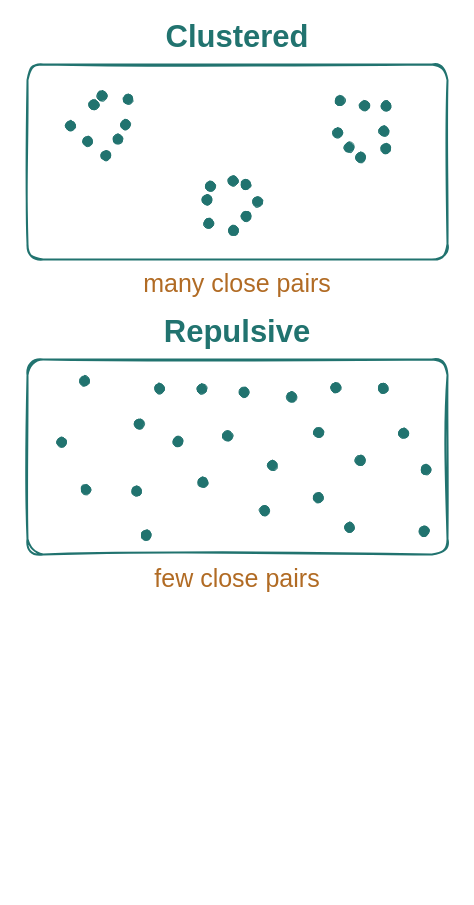
The draw.io diagram assets/point_process_patterns.drawio in MathisRost/agentic-ai-math, before the edit. Source tidied: cells renumbered, new cells numbered last; positions are measured from the earlier drawing's top-left corner, leaving out a move shared by most shapes. Both pictures are drawn from the tidied source at 100%, with x=0, y=0 at pixel (17, 17).
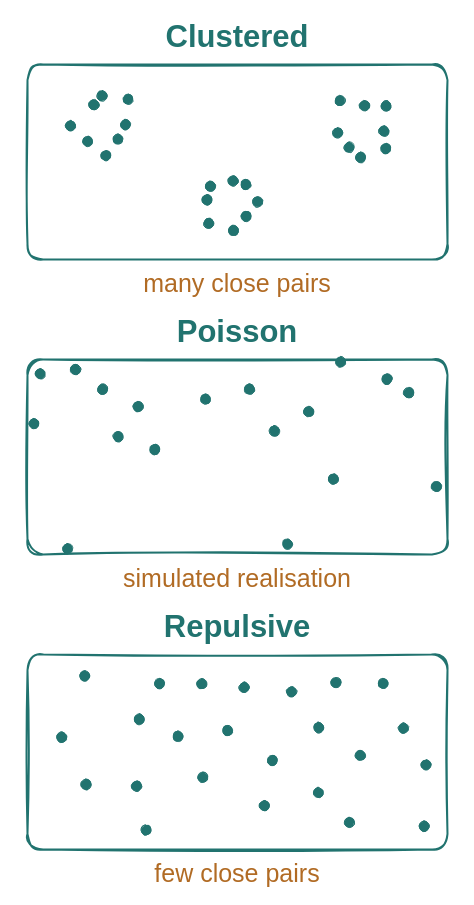
After the change.

Commit message (it also covers changes not shown here):
Add simulated Poisson pattern between clustered and repulsive examples

Change to the diagram source:
```diff
@@
-    <mxCell id="29" value="Repulsive" style="text;html=0;whiteSpace=wrap;align=center;verticalAlign=middle;fontFamily=Kalam;fontSize=31;fontStyle=1;fontColor=#21736F;strokeColor=none;fillColor=none;" parent="1" vertex="1">
+    <mxCell id="29" value="Poisson" style="text;html=0;whiteSpace=wrap;align=center;verticalAlign=middle;fontFamily=Kalam;fontSize=31;fontStyle=1;fontColor=#21736F;strokeColor=none;fillColor=none;" parent="1" vertex="1">
       <mxGeometry y="295" width="440" height="38" as="geometry" />
     </mxCell>
@@
-    <mxCell id="31" value="few close pairs" style="text;html=0;whiteSpace=wrap;align=center;verticalAlign=middle;fontFamily=Kalam;fontSize=25;fontStyle=0;fontColor=#B16B24;strokeColor=none;fillColor=none;" parent="1" vertex="1">
+    <mxCell id="31" value="simulated realisation" style="text;html=0;whiteSpace=wrap;align=center;verticalAlign=middle;fontFamily=Kalam;fontSize=25;fontStyle=0;fontColor=#B16B24;strokeColor=none;fillColor=none;" parent="1" vertex="1">
       <mxGeometry x="10" y="544" width="420" height="32" as="geometry" />
     </mxCell>
     <mxCell id="32" style="ellipse;fillStyle=solid;fillColor=#21736F;strokeColor=#21736F;strokeWidth=1;sketch=1;jiggle=0.4;" parent="1" vertex="1">
-      <mxGeometry x="155.4" y="419.1" width="10" height="10" as="geometry" />
+      <mxGeometry x="80.1" y="366.8" width="10" height="10" as="geometry" />
     </mxCell>
     <mxCell id="33" style="ellipse;fillStyle=solid;fillColor=#21736F;strokeColor=#21736F;strokeWidth=1;sketch=1;jiggle=0.4;" parent="1" vertex="1">
-      <mxGeometry x="296.3" y="410.1" width="10" height="10" as="geometry" />
+      <mxGeometry x="414.1" y="464.1" width="10" height="10" as="geometry" />
     </mxCell>
     <mxCell id="34" style="ellipse;fillStyle=solid;fillColor=#21736F;strokeColor=#21736F;strokeWidth=1;sketch=1;jiggle=0.4;" parent="1" vertex="1">
-      <mxGeometry x="205.1" y="413.2" width="10" height="10" as="geometry" />
+      <mxGeometry x="53" y="346.8" width="10" height="10" as="geometry" />
     </mxCell>
     <mxCell id="35" style="ellipse;fillStyle=solid;fillColor=#21736F;strokeColor=#21736F;strokeWidth=1;sketch=1;jiggle=0.4;" parent="1" vertex="1">
-      <mxGeometry x="337.8" y="437.9" width="10" height="10" as="geometry" />
+      <mxGeometry x="386.3" y="370.2" width="10" height="10" as="geometry" />
     </mxCell>
     <mxCell id="36" style="ellipse;fillStyle=solid;fillColor=#21736F;strokeColor=#21736F;strokeWidth=1;sketch=1;jiggle=0.4;" parent="1" vertex="1">
-      <mxGeometry x="62.2" y="358.5" width="10" height="10" as="geometry" />
+      <mxGeometry x="318.3" y="339.5" width="10" height="10" as="geometry" />
     </mxCell>
     <mxCell id="37" style="ellipse;fillStyle=solid;fillColor=#21736F;strokeColor=#21736F;strokeWidth=1;sketch=1;jiggle=0.4;" parent="1" vertex="1">
-      <mxGeometry x="269.1" y="374.4" width="10" height="10" as="geometry" />
+      <mxGeometry x="251.9" y="408.4" width="10" height="10" as="geometry" />
     </mxCell>
     <mxCell id="38" style="ellipse;fillStyle=solid;fillColor=#21736F;strokeColor=#21736F;strokeWidth=1;sketch=1;jiggle=0.4;" parent="1" vertex="1">
-      <mxGeometry x="180.4" y="459.8" width="10" height="10" as="geometry" />
+      <mxGeometry x="227" y="366.7" width="10" height="10" as="geometry" />
     </mxCell>
     <mxCell id="39" style="ellipse;fillStyle=solid;fillColor=#21736F;strokeColor=#21736F;strokeWidth=1;sketch=1;jiggle=0.4;" parent="1" vertex="1">
-      <mxGeometry x="123.7" y="512.6" width="10" height="10" as="geometry" />
+      <mxGeometry x="132.3" y="426.9" width="10" height="10" as="geometry" />
     </mxCell>
     <mxCell id="40" style="ellipse;fillStyle=solid;fillColor=#21736F;strokeColor=#21736F;strokeWidth=1;sketch=1;jiggle=0.4;" parent="1" vertex="1">
-      <mxGeometry x="401.7" y="508.9" width="10" height="10" as="geometry" />
+      <mxGeometry x="364.6" y="356.7" width="10" height="10" as="geometry" />
     </mxCell>
     <mxCell id="41" style="ellipse;fillStyle=solid;fillColor=#21736F;strokeColor=#21736F;strokeWidth=1;sketch=1;jiggle=0.4;" parent="1" vertex="1">
-      <mxGeometry x="241.9" y="488.3" width="10" height="10" as="geometry" />
+      <mxGeometry x="95.5" y="414.3" width="10" height="10" as="geometry" />
     </mxCell>
     <mxCell id="42" style="ellipse;fillStyle=solid;fillColor=#21736F;strokeColor=#21736F;strokeWidth=1;sketch=1;jiggle=0.4;" parent="1" vertex="1">
-      <mxGeometry x="179.3" y="366.4" width="10" height="10" as="geometry" />
+      <mxGeometry x="45" y="526.2" width="10" height="10" as="geometry" />
     </mxCell>
     <mxCell id="43" style="ellipse;fillStyle=solid;fillColor=#21736F;strokeColor=#21736F;strokeWidth=1;sketch=1;jiggle=0.4;" parent="1" vertex="1">
-      <mxGeometry x="114.1" y="468.7" width="10" height="10" as="geometry" />
+      <mxGeometry x="183" y="376.7" width="10" height="10" as="geometry" />
     </mxCell>
     <mxCell id="44" style="ellipse;fillStyle=solid;fillColor=#21736F;strokeColor=#21736F;strokeWidth=1;sketch=1;jiggle=0.4;" parent="1" vertex="1">
-      <mxGeometry x="39.1" y="419.7" width="10" height="10" as="geometry" />
+      <mxGeometry x="11.4" y="401.1" width="10" height="10" as="geometry" />
     </mxCell>
     <mxCell id="45" style="ellipse;fillStyle=solid;fillColor=#21736F;strokeColor=#21736F;strokeWidth=1;sketch=1;jiggle=0.4;" parent="1" vertex="1">
-      <mxGeometry x="381" y="410.8" width="10" height="10" as="geometry" />
+      <mxGeometry x="286.1" y="389.1" width="10" height="10" as="geometry" />
     </mxCell>
     <mxCell id="46" style="ellipse;fillStyle=solid;fillColor=#21736F;strokeColor=#21736F;strokeWidth=1;sketch=1;jiggle=0.4;" parent="1" vertex="1">
-      <mxGeometry x="295.9" y="475.2" width="10" height="10" as="geometry" />
+      <mxGeometry x="311" y="456.6" width="10" height="10" as="geometry" />
     </mxCell>
     <mxCell id="47" style="ellipse;fillStyle=solid;fillColor=#21736F;strokeColor=#21736F;strokeWidth=1;sketch=1;jiggle=0.4;" parent="1" vertex="1">
-      <mxGeometry x="249.9" y="442.9" width="10" height="10" as="geometry" />
+      <mxGeometry x="17.7" y="351.3" width="10" height="10" as="geometry" />
     </mxCell>
     <mxCell id="48" style="ellipse;fillStyle=solid;fillColor=#21736F;strokeColor=#21736F;strokeWidth=1;sketch=1;jiggle=0.4;" parent="1" vertex="1">
-      <mxGeometry x="313.4" y="365.2" width="10" height="10" as="geometry" />
+      <mxGeometry x="115.7" y="384.1" width="10" height="10" as="geometry" />
     </mxCell>
     <mxCell id="49" style="ellipse;fillStyle=solid;fillColor=#21736F;strokeColor=#21736F;strokeWidth=1;sketch=1;jiggle=0.4;" parent="1" vertex="1">
-      <mxGeometry x="63.5" y="467.1" width="10" height="10" as="geometry" />
+      <mxGeometry x="265.1" y="521.6" width="10" height="10" as="geometry" />
     </mxCell>
-    <mxCell id="50" style="ellipse;fillStyle=solid;fillColor=#21736F;strokeColor=#21736F;strokeWidth=1;sketch=1;jiggle=0.4;" parent="1" vertex="1">
-      <mxGeometry x="116.7" y="401.7" width="10" height="10" as="geometry" />
+    <mxCell id="50" value="Repulsive" style="text;html=0;whiteSpace=wrap;align=center;verticalAlign=middle;fontFamily=Kalam;fontSize=31;fontStyle=1;fontColor=#21736F;strokeColor=none;fillColor=none;" parent="1" vertex="1">
+      <mxGeometry y="590" width="440" height="38" as="geometry" />
     </mxCell>
-    <mxCell id="51" style="ellipse;fillStyle=solid;fillColor=#21736F;strokeColor=#21736F;strokeWidth=1;sketch=1;jiggle=0.4;" parent="1" vertex="1">
-      <mxGeometry x="221.7" y="369.8" width="10" height="10" as="geometry" />
+    <mxCell id="51" style="rounded=1;arcSize=8;fillColor=#FFFFFF;strokeColor=#21736F;strokeWidth=2;sketch=1;comic=0;jiggle=1.2;" parent="1" vertex="1">
+      <mxGeometry x="10" y="637" width="420" height="195" as="geometry" />
     </mxCell>
-    <mxCell id="52" style="ellipse;fillStyle=solid;fillColor=#21736F;strokeColor=#21736F;strokeWidth=1;sketch=1;jiggle=0.4;" parent="1" vertex="1">
-      <mxGeometry x="327" y="504.9" width="10" height="10" as="geometry" />
+    <mxCell id="52" value="few close pairs" style="text;html=0;whiteSpace=wrap;align=center;verticalAlign=middle;fontFamily=Kalam;fontSize=25;fontStyle=0;fontColor=#B16B24;strokeColor=none;fillColor=none;" parent="1" vertex="1">
+      <mxGeometry x="10" y="839" width="420" height="32" as="geometry" />
     </mxCell>
     <mxCell id="53" style="ellipse;fillStyle=solid;fillColor=#21736F;strokeColor=#21736F;strokeWidth=1;sketch=1;jiggle=0.4;" parent="1" vertex="1">
-      <mxGeometry x="403.4" y="447.3" width="10" height="10" as="geometry" />
+      <mxGeometry x="155.4" y="714" width="10" height="10" as="geometry" />
     </mxCell>
     <mxCell id="54" style="ellipse;fillStyle=solid;fillColor=#21736F;strokeColor=#21736F;strokeWidth=1;sketch=1;jiggle=0.4;" parent="1" vertex="1">
-      <mxGeometry x="137.1" y="366.1" width="10" height="10" as="geometry" />
+      <mxGeometry x="296.3" y="705.1" width="10" height="10" as="geometry" />
     </mxCell>
     <mxCell id="55" style="ellipse;fillStyle=solid;fillColor=#21736F;strokeColor=#21736F;strokeWidth=1;sketch=1;jiggle=0.4;" parent="1" vertex="1">
-      <mxGeometry x="360.7" y="366" width="10" height="10" as="geometry" />
+      <mxGeometry x="205.1" y="708.2" width="10" height="10" as="geometry" />
     </mxCell>
+    <mxCell id="56" style="ellipse;fillStyle=solid;fillColor=#21736F;strokeColor=#21736F;strokeWidth=1;sketch=1;jiggle=0.4;" parent="1" vertex="1">
+      <mxGeometry x="337.8" y="732.9" width="10" height="10" as="geometry" />
+    </mxCell>
+    <mxCell id="57" style="ellipse;fillStyle=solid;fillColor=#21736F;strokeColor=#21736F;strokeWidth=1;sketch=1;jiggle=0.4;" parent="1" vertex="1">
+      <mxGeometry x="62.2" y="653.5" width="10" height="10" as="geometry" />
+    </mxCell>
+    <mxCell id="58" style="ellipse;fillStyle=solid;fillColor=#21736F;strokeColor=#21736F;strokeWidth=1;sketch=1;jiggle=0.4;" parent="1" vertex="1">
+      <mxGeometry x="269.1" y="669.4" width="10" height="10" as="geometry" />
+    </mxCell>
+    <mxCell id="59" style="ellipse;fillStyle=solid;fillColor=#21736F;strokeColor=#21736F;strokeWidth=1;sketch=1;jiggle=0.4;" parent="1" vertex="1">
+      <mxGeometry x="180.4" y="754.8" width="10" height="10" as="geometry" />
+    </mxCell>
+    <mxCell id="60" style="ellipse;fillStyle=solid;fillColor=#21736F;strokeColor=#21736F;strokeWidth=1;sketch=1;jiggle=0.4;" parent="1" vertex="1">
+      <mxGeometry x="123.7" y="807.6" width="10" height="10" as="geometry" />
+    </mxCell>
+    <mxCell id="61" style="ellipse;fillStyle=solid;fillColor=#21736F;strokeColor=#21736F;strokeWidth=1;sketch=1;jiggle=0.4;" parent="1" vertex="1">
+      <mxGeometry x="401.7" y="803.9" width="10" height="10" as="geometry" />
+    </mxCell>
+    <mxCell id="62" style="ellipse;fillStyle=solid;fillColor=#21736F;strokeColor=#21736F;strokeWidth=1;sketch=1;jiggle=0.4;" parent="1" vertex="1">
+      <mxGeometry x="241.9" y="783.3" width="10" height="10" as="geometry" />
+    </mxCell>
+    <mxCell id="63" style="ellipse;fillStyle=solid;fillColor=#21736F;strokeColor=#21736F;strokeWidth=1;sketch=1;jiggle=0.4;" parent="1" vertex="1">
+      <mxGeometry x="179.3" y="661.4" width="10" height="10" as="geometry" />
+    </mxCell>
+    <mxCell id="64" style="ellipse;fillStyle=solid;fillColor=#21736F;strokeColor=#21736F;strokeWidth=1;sketch=1;jiggle=0.4;" parent="1" vertex="1">
+      <mxGeometry x="114.1" y="763.7" width="10" height="10" as="geometry" />
+    </mxCell>
+    <mxCell id="65" style="ellipse;fillStyle=solid;fillColor=#21736F;strokeColor=#21736F;strokeWidth=1;sketch=1;jiggle=0.4;" parent="1" vertex="1">
+      <mxGeometry x="39.1" y="714.7" width="10" height="10" as="geometry" />
+    </mxCell>
+    <mxCell id="66" style="ellipse;fillStyle=solid;fillColor=#21736F;strokeColor=#21736F;strokeWidth=1;sketch=1;jiggle=0.4;" parent="1" vertex="1">
+      <mxGeometry x="381" y="705.8" width="10" height="10" as="geometry" />
+    </mxCell>
+    <mxCell id="67" style="ellipse;fillStyle=solid;fillColor=#21736F;strokeColor=#21736F;strokeWidth=1;sketch=1;jiggle=0.4;" parent="1" vertex="1">
+      <mxGeometry x="295.9" y="770.2" width="10" height="10" as="geometry" />
+    </mxCell>
+    <mxCell id="68" style="ellipse;fillStyle=solid;fillColor=#21736F;strokeColor=#21736F;strokeWidth=1;sketch=1;jiggle=0.4;" parent="1" vertex="1">
+      <mxGeometry x="249.9" y="737.9" width="10" height="10" as="geometry" />
+    </mxCell>
+    <mxCell id="69" style="ellipse;fillStyle=solid;fillColor=#21736F;strokeColor=#21736F;strokeWidth=1;sketch=1;jiggle=0.4;" parent="1" vertex="1">
+      <mxGeometry x="313.4" y="660.2" width="10" height="10" as="geometry" />
+    </mxCell>
+    <mxCell id="70" style="ellipse;fillStyle=solid;fillColor=#21736F;strokeColor=#21736F;strokeWidth=1;sketch=1;jiggle=0.4;" parent="1" vertex="1">
+      <mxGeometry x="63.5" y="762.1" width="10" height="10" as="geometry" />
+    </mxCell>
+    <mxCell id="71" style="ellipse;fillStyle=solid;fillColor=#21736F;strokeColor=#21736F;strokeWidth=1;sketch=1;jiggle=0.4;" parent="1" vertex="1">
+      <mxGeometry x="116.7" y="696.7" width="10" height="10" as="geometry" />
+    </mxCell>
+    <mxCell id="72" style="ellipse;fillStyle=solid;fillColor=#21736F;strokeColor=#21736F;strokeWidth=1;sketch=1;jiggle=0.4;" parent="1" vertex="1">
+      <mxGeometry x="221.7" y="664.8" width="10" height="10" as="geometry" />
+    </mxCell>
+    <mxCell id="73" style="ellipse;fillStyle=solid;fillColor=#21736F;strokeColor=#21736F;strokeWidth=1;sketch=1;jiggle=0.4;" parent="1" vertex="1">
+      <mxGeometry x="327" y="799.9" width="10" height="10" as="geometry" />
+    </mxCell>
+    <mxCell id="74" style="ellipse;fillStyle=solid;fillColor=#21736F;strokeColor=#21736F;strokeWidth=1;sketch=1;jiggle=0.4;" parent="1" vertex="1">
+      <mxGeometry x="403.4" y="742.3" width="10" height="10" as="geometry" />
+    </mxCell>
+    <mxCell id="75" style="ellipse;fillStyle=solid;fillColor=#21736F;strokeColor=#21736F;strokeWidth=1;sketch=1;jiggle=0.4;" parent="1" vertex="1">
+      <mxGeometry x="137.1" y="661.1" width="10" height="10" as="geometry" />
+    </mxCell>
+    <mxCell id="76" style="ellipse;fillStyle=solid;fillColor=#21736F;strokeColor=#21736F;strokeWidth=1;sketch=1;jiggle=0.4;" parent="1" vertex="1">
+      <mxGeometry x="360.7" y="661" width="10" height="10" as="geometry" />
+    </mxCell>
```
